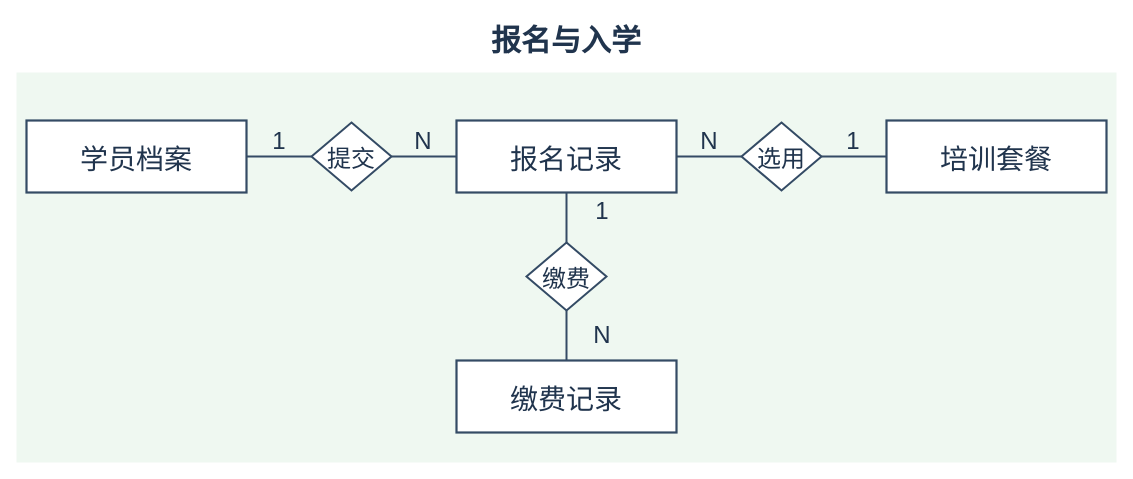
TJHLDY/driving-school-training-exam-management keeps this draw.io diagram as page "报名与缴费" (3 of 6) of diagrams/overall-er.drawio. Above is the earlier version. Source tidied: cells renumbered, new cells numbered last; positions are measured from the earlier drawing's top-left corner, leaving out a move shared by most shapes. Both pictures are drawn from the tidied source at 100%, with x=0, y=0 at pixel (16, 16).
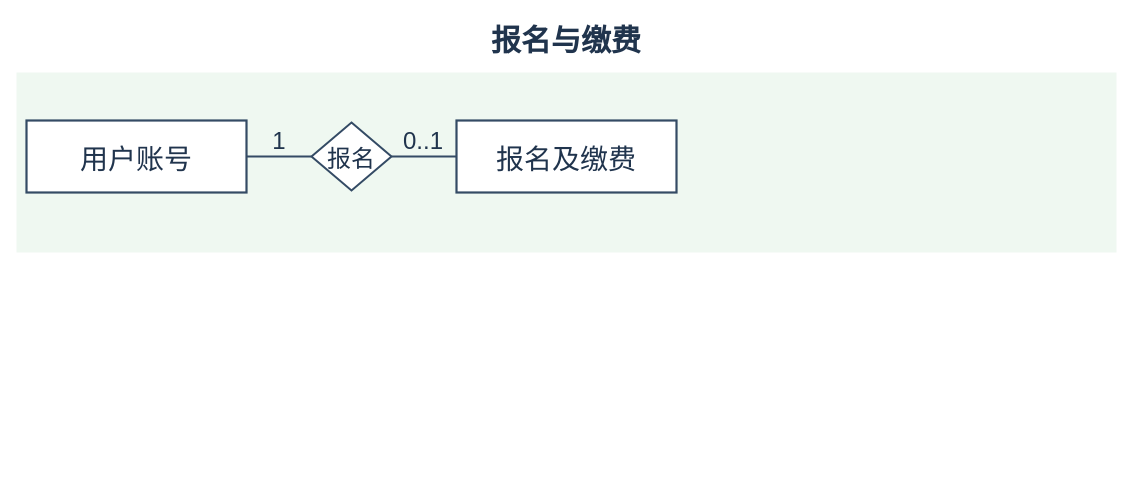
The same page after the edit.

Diff of the diagram source:
```diff
@@
     <mxCell id="2" style="fillColor=#EFF8F1;strokeColor=none;" parent="1" vertex="1">
-      <mxGeometry y="56" width="1100" height="390" as="geometry" />
+      <mxGeometry y="56" width="1100" height="180" as="geometry" />
     </mxCell>
-    <mxCell id="3" value="报名与入学" style="strokeColor=none;fillColor=none;fontFamily=Microsoft YaHei;fontColor=#20344D;fontSize=30;fontStyle=1;" parent="1" vertex="1">
+    <mxCell id="3" value="报名与缴费" style="strokeColor=none;fillColor=none;fontFamily=Microsoft YaHei;fontColor=#20344D;fontSize=30;fontStyle=1;" parent="1" vertex="1">
       <mxGeometry x="50" width="1000" height="42" as="geometry" />
     </mxCell>
-    <mxCell id="4" value="学员档案" style="shape=rectangle;rounded=0;fillColor=#FFFFFF;strokeColor=#344B65;strokeWidth=2.2;fontSize=28;fontFamily=Microsoft YaHei;fontColor=#20344D;" parent="1" vertex="1">
-      <mxGeometry x="10" y="104" width="220" height="72" as="geometry" />
-    </mxCell>
+    <mxCell id="23" value="用户账号" style="shape=rectangle;rounded=0;fillColor=#FFFFFF;strokeColor=#344B65;strokeWidth=2.2;fontSize=28;fontFamily=Microsoft YaHei;fontColor=#20344D;" parent="1" vertex="1">
+      <mxGeometry x="10" y="104" width="220" height="72" as="geometry" />
+    </mxCell>
-    <mxCell id="5" value="报名记录" style="shape=rectangle;rounded=0;fillColor=#FFFFFF;strokeColor=#344B65;strokeWidth=2.2;fontSize=28;fontFamily=Microsoft YaHei;fontColor=#20344D;" parent="1" vertex="1">
+    <mxCell id="5" value="报名及缴费" style="shape=rectangle;rounded=0;fillColor=#FFFFFF;strokeColor=#344B65;strokeWidth=2.2;fontSize=28;fontFamily=Microsoft YaHei;fontColor=#20344D;" parent="1" vertex="1">
       <mxGeometry x="440" y="104" width="220" height="72" as="geometry" />
     </mxCell>
-    <mxCell id="6" value="培训套餐" style="shape=rectangle;rounded=0;fillColor=#FFFFFF;strokeColor=#344B65;strokeWidth=2.2;fontSize=28;fontFamily=Microsoft YaHei;fontColor=#20344D;" parent="1" vertex="1">
-      <mxGeometry x="870" y="104" width="220" height="72" as="geometry" />
-    </mxCell>
-    <mxCell id="7" value="缴费记录" style="shape=rectangle;rounded=0;fillColor=#FFFFFF;strokeColor=#344B65;strokeWidth=2.2;fontSize=28;fontFamily=Microsoft YaHei;fontColor=#20344D;" parent="1" vertex="1">
-      <mxGeometry x="440" y="344" width="220" height="72" as="geometry" />
-    </mxCell>
-    <mxCell id="8" value="提交" style="shape=rhombus;perimeter=rhombusPerimeter;fillColor=#FFFFFF;strokeColor=#344B65;strokeWidth=2;fontSize=24;fontFamily=Microsoft YaHei;fontColor=#20344D;" parent="1" vertex="1">
+    <mxCell id="8" value="报名" style="shape=rhombus;perimeter=rhombusPerimeter;fillColor=#FFFFFF;strokeColor=#344B65;strokeWidth=2;fontSize=24;fontFamily=Microsoft YaHei;fontColor=#20344D;" parent="1" vertex="1">
       <mxGeometry x="295" y="106" width="80" height="68" as="geometry" />
     </mxCell>
-    <mxCell id="9" style="edgeStyle=none;noEdgeStyle=1;endArrow=none;startArrow=none;strokeColor=#344B65;strokeWidth=2;" parent="1" edge="1" source="4" target="8">
+    <mxCell id="9" style="edgeStyle=none;noEdgeStyle=1;endArrow=none;startArrow=none;strokeColor=#344B65;strokeWidth=2;" parent="1" edge="1" source="23" target="8">
       <mxGeometry relative="1" as="geometry" />
     </mxCell>
@@
-    <mxCell id="12" value="N" style="strokeColor=none;fillColor=none;fontFamily=Microsoft YaHei;fontColor=#20344D;fontSize=24;" parent="1" vertex="1">
+    <mxCell id="12" value="0..1" style="strokeColor=none;fillColor=none;fontFamily=Microsoft YaHei;fontColor=#20344D;fontSize=24;" parent="1" vertex="1">
       <mxGeometry x="379" y="108" width="56" height="28" as="geometry" />
     </mxCell>
-    <mxCell id="13" value="选用" style="shape=rhombus;perimeter=rhombusPerimeter;fillColor=#FFFFFF;strokeColor=#344B65;strokeWidth=2;fontSize=24;fontFamily=Microsoft YaHei;fontColor=#20344D;" parent="1" vertex="1">
-      <mxGeometry x="725" y="106" width="80" height="68" as="geometry" />
-    </mxCell>
-    <mxCell id="14" style="edgeStyle=none;noEdgeStyle=1;endArrow=none;startArrow=none;strokeColor=#344B65;strokeWidth=2;" parent="1" edge="1" source="6" target="13">
-      <mxGeometry relative="1" as="geometry" />
-    </mxCell>
-    <mxCell id="15" value="1" style="strokeColor=none;fillColor=none;fontFamily=Microsoft YaHei;fontColor=#20344D;fontSize=24;" parent="1" vertex="1">
-      <mxGeometry x="809" y="108" width="56" height="28" as="geometry" />
-    </mxCell>
-    <mxCell id="16" style="edgeStyle=none;noEdgeStyle=1;endArrow=none;startArrow=none;strokeColor=#344B65;strokeWidth=2;" parent="1" edge="1" source="5" target="13">
-      <mxGeometry relative="1" as="geometry" />
-    </mxCell>
-    <mxCell id="17" value="N" style="strokeColor=none;fillColor=none;fontFamily=Microsoft YaHei;fontColor=#20344D;fontSize=24;" parent="1" vertex="1">
-      <mxGeometry x="665" y="108" width="56" height="28" as="geometry" />
-    </mxCell>
-    <mxCell id="18" value="缴费" style="shape=rhombus;perimeter=rhombusPerimeter;fillColor=#FFFFFF;strokeColor=#344B65;strokeWidth=2;fontSize=24;fontFamily=Microsoft YaHei;fontColor=#20344D;" parent="1" vertex="1">
-      <mxGeometry x="510" y="226" width="80" height="68" as="geometry" />
-    </mxCell>
-    <mxCell id="19" style="edgeStyle=none;noEdgeStyle=1;endArrow=none;startArrow=none;strokeColor=#344B65;strokeWidth=2;" parent="1" edge="1" source="5" target="18">
-      <mxGeometry relative="1" as="geometry" />
-    </mxCell>
-    <mxCell id="20" value="1" style="strokeColor=none;fillColor=none;fontFamily=Microsoft YaHei;fontColor=#20344D;fontSize=24;" parent="1" vertex="1">
-      <mxGeometry x="558" y="178" width="56" height="28" as="geometry" />
-    </mxCell>
-    <mxCell id="21" style="edgeStyle=none;noEdgeStyle=1;endArrow=none;startArrow=none;strokeColor=#344B65;strokeWidth=2;" parent="1" edge="1" source="7" target="18">
-      <mxGeometry relative="1" as="geometry" />
-    </mxCell>
-    <mxCell id="22" value="N" style="strokeColor=none;fillColor=none;fontFamily=Microsoft YaHei;fontColor=#20344D;fontSize=24;" parent="1" vertex="1">
-      <mxGeometry x="558" y="302" width="56" height="28" as="geometry" />
-    </mxCell>
```
